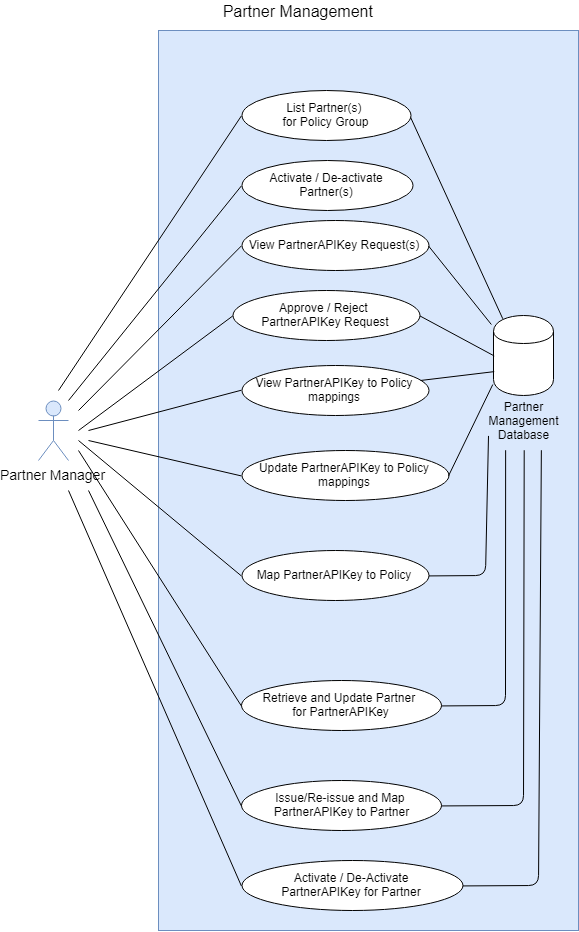
ssenmosip/mosip-temp-documentation keeps this draw.io diagram as _images/arch_diagrams/PartnerManagement_PartnerManager.png. Above is the earlier version. Source tidied: cells renumbered, new cells last; positions are measured from the earlier drawing's top-left corner, leaving out a move shared by most shapes.
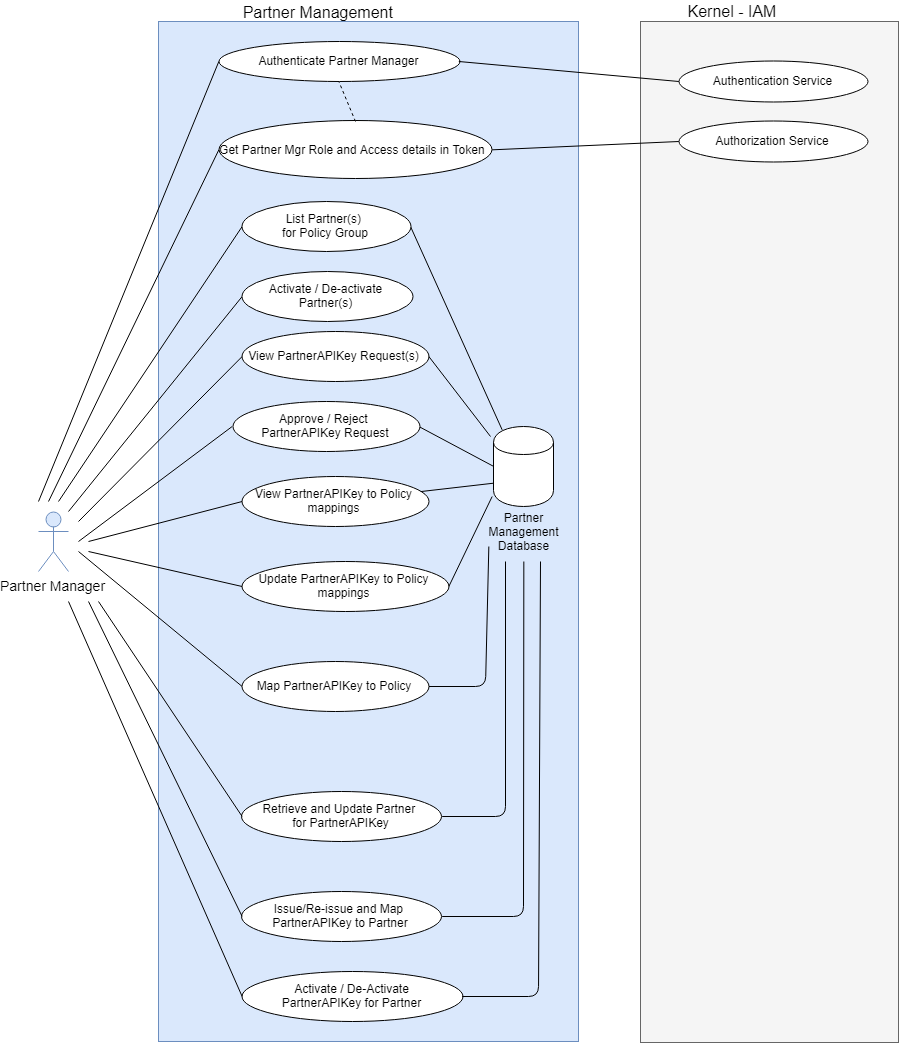
Later version of the same file.

Commit message:
Partner Management - High Level Design - Incorporated Review comments and client directions

The edit, as a diff of the source:
```diff
@@ -6,10 +6,10 @@
       <mxGeometry y="400" width="30" height="60" as="geometry" />
     </mxCell>
     <mxCell id="3" style="rounded=0;whiteSpace=wrap;html=1;fontSize=16;fillColor=#dae8fc;strokeColor=#6c8ebf;" parent="1" vertex="1">
-      <mxGeometry x="120" y="30" width="420" height="900" as="geometry" />
+      <mxGeometry x="120" y="-90" width="420" height="1020" as="geometry" />
     </mxCell>
     <mxCell id="4" value="Partner Management&amp;nbsp;" style="text;html=1;strokeColor=none;fillColor=none;align=center;verticalAlign=middle;whiteSpace=wrap;rounded=0;fontSize=16;" parent="1" vertex="1">
-      <mxGeometry x="168.5" width="186" height="20" as="geometry" />
+      <mxGeometry x="188" y="-110" width="186" height="20" as="geometry" />
     </mxCell>
     <mxCell id="5" style="endArrow=none;html=1;entryX=0;entryY=0.5;entryDx=0;entryDy=0;" parent="1" edge="1" target="17">
       <mxGeometry relative="1" as="geometry">
@@ -85,7 +85,7 @@
     </mxCell>
     <mxCell id="23" style="endArrow=none;html=1;entryX=0;entryY=0.5;entryDx=0;entryDy=0;" parent="1" edge="1" target="22">
       <mxGeometry relative="1" as="geometry">
-        <mxPoint x="40" y="450" as="sourcePoint" />
+        <mxPoint x="60" y="490" as="sourcePoint" />
       </mxGeometry>
     </mxCell>
     <mxCell id="24" style="endArrow=none;html=1;entryX=0.25;entryY=1;entryDx=0;entryDy=0;exitX=1;exitY=0.5;exitDx=0;exitDy=0;" parent="1" edge="1" source="22" target="10">
@@ -140,5 +140,42 @@
     <mxCell id="35" style="endArrow=none;html=1;entryX=-0.039;entryY=0.117;entryDx=0;entryDy=0;entryPerimeter=0;exitX=1;exitY=0.5;exitDx=0;exitDy=0;" parent="1" edge="1" source="27" target="9">
       <mxGeometry relative="1" as="geometry" />
     </mxCell>
+    <mxCell id="36" style="rounded=0;whiteSpace=wrap;html=1;fillColor=#f5f5f5;strokeColor=#666666;fontColor=#333333;" parent="1" vertex="1">
+      <mxGeometry x="602" y="-90" width="258" height="1021" as="geometry" />
+    </mxCell>
+    <mxCell id="37" value="Kernel - IAM" style="text;html=1;strokeColor=none;fillColor=none;align=center;verticalAlign=middle;whiteSpace=wrap;rounded=0;fontSize=16;" parent="1" vertex="1">
+      <mxGeometry x="610" y="-110.5" width="166" height="20" as="geometry" />
+    </mxCell>
+    <mxCell id="38" value="Authentication Service" style="ellipse;whiteSpace=wrap;html=1;fontSize=12;" parent="1" vertex="1">
+      <mxGeometry x="640" y="-50.5" width="189" height="41" as="geometry" />
+    </mxCell>
+    <mxCell id="39" value="Authorization Service" style="ellipse;whiteSpace=wrap;html=1;fontSize=12;" parent="1" vertex="1">
+      <mxGeometry x="640" y="9.5" width="189" height="41" as="geometry" />
+    </mxCell>
+    <mxCell id="40" value="Authenticate Partner Manager" style="ellipse;whiteSpace=wrap;html=1;fontSize=12;" parent="1" vertex="1">
+      <mxGeometry x="180" y="-70.5" width="241" height="40" as="geometry" />
+    </mxCell>
+    <mxCell id="41" value="Get Partner Mgr Role and Access details in Token&amp;nbsp;" style="ellipse;whiteSpace=wrap;html=1;fontSize=12;" parent="1" vertex="1">
+      <mxGeometry x="180" y="9.5" width="273" height="58" as="geometry" />
+    </mxCell>
+    <mxCell id="42" style="endArrow=none;dashed=1;html=1;fontSize=12;entryX=0.5;entryY=1;entryDx=0;entryDy=0;exitX=0.5;exitY=0;exitDx=0;exitDy=0;" parent="1" edge="1" source="41" target="40">
+      <mxGeometry relative="1" as="geometry" />
+    </mxCell>
+    <mxCell id="43" style="endArrow=none;html=1;fontSize=12;entryX=0;entryY=0.5;entryDx=0;entryDy=0;exitX=1;exitY=0.5;exitDx=0;exitDy=0;" parent="1" edge="1" source="40" target="38">
+      <mxGeometry relative="1" as="geometry" />
+    </mxCell>
+    <mxCell id="44" style="endArrow=none;html=1;fontSize=12;entryX=0;entryY=0.5;entryDx=0;entryDy=0;exitX=1;exitY=0.5;exitDx=0;exitDy=0;" parent="1" edge="1" source="41" target="39">
+      <mxGeometry relative="1" as="geometry" />
+    </mxCell>
+    <mxCell id="45" style="endArrow=none;html=1;fontSize=16;entryX=0;entryY=0.5;entryDx=0;entryDy=0;" parent="1" edge="1" target="40">
+      <mxGeometry relative="1" as="geometry">
+        <mxPoint y="390" as="sourcePoint" />
+      </mxGeometry>
+    </mxCell>
+    <mxCell id="46" style="endArrow=none;html=1;fontSize=16;entryX=0;entryY=0.5;entryDx=0;entryDy=0;" parent="1" edge="1" target="41">
+      <mxGeometry relative="1" as="geometry">
+        <mxPoint x="10" y="390" as="sourcePoint" />
+      </mxGeometry>
+    </mxCell>
   </root>
 </mxGraphModel>
```
